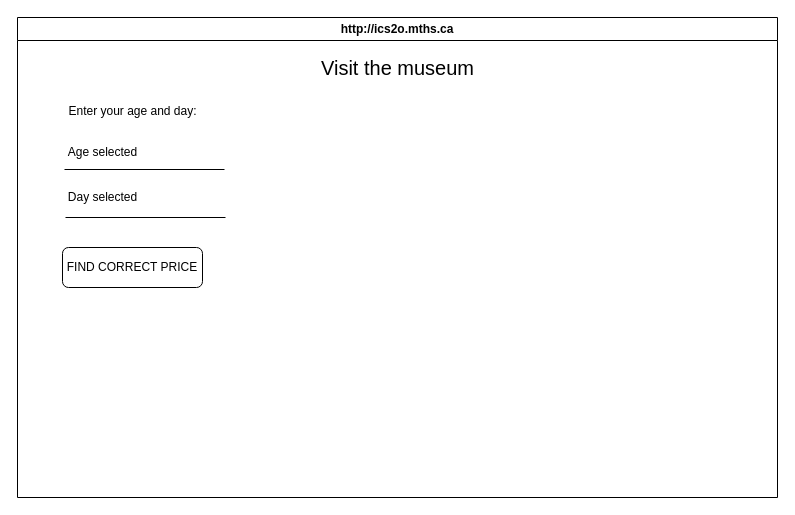
manya-feng/ICD2O-Unit-6-01-manya-feng keeps this draw.io diagram as design/storyboard.drawio. Above is the earlier version. Source tidied: cells renumbered, new cells numbered last; positions are measured from the earlier drawing's top-left corner, leaving out a move shared by most shapes. Both pictures are drawn from the tidied source at 100%, with x=0, y=0 at pixel (17, 17). Pictures stored in the file or linked from it are replaced by grey dashed boxes.
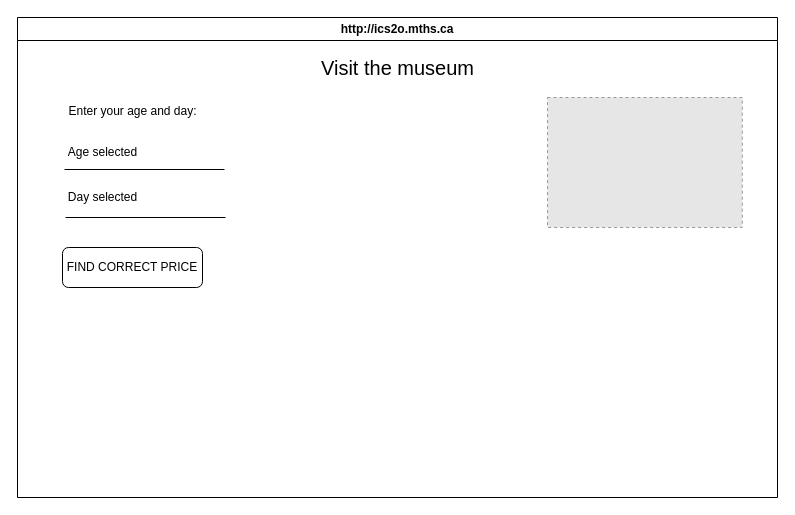
After the change.

Diff of the diagram source:
```diff
@@
 <mxGraphModel>
   <root>
     <mxCell id="0" />
     <mxCell id="1" parent="0" />
     <mxCell id="2" value="http://ics2o.mths.ca" style="swimlane;whiteSpace=wrap;html=1;" parent="1" vertex="1">
       <mxGeometry width="760" height="480" as="geometry" />
     </mxCell>
     <mxCell id="3" value="&lt;font style=&quot;font-size: 20px;&quot;&gt;Visit the museum&lt;/font&gt;" style="text;html=1;align=center;verticalAlign=middle;strokeColor=none;fillColor=none;" parent="2" vertex="1">
       <mxGeometry x="290" y="30" width="180" height="40" as="geometry" />
     </mxCell>
     <mxCell id="4" value="&lt;font style=&quot;font-size: 12px;&quot;&gt;Enter your age and day:&lt;/font&gt;" style="text;html=1;align=center;verticalAlign=middle;strokeColor=none;fillColor=none;fontSize=20;" parent="2" vertex="1">
       <mxGeometry x="40" y="70" width="150" height="40" as="geometry" />
     </mxCell>
     <mxCell id="5" value="Age selected" style="text;html=1;align=center;verticalAlign=middle;strokeColor=none;fillColor=none;fontSize=12;" parent="2" vertex="1">
       <mxGeometry x="40" y="120" width="90" height="30" as="geometry" />
     </mxCell>
     <mxCell id="6" value="Day selected" style="text;html=1;align=center;verticalAlign=middle;strokeColor=none;fillColor=none;fontSize=12;" parent="2" vertex="1">
       <mxGeometry x="40" y="165" width="90" height="30" as="geometry" />
     </mxCell>
     <mxCell id="7" value="FIND CORRECT PRICE" style="rounded=1;whiteSpace=wrap;html=1;fontSize=12;" parent="2" vertex="1">
       <mxGeometry x="45" y="230" width="140" height="40" as="geometry" />
     </mxCell>
+    <mxCell id="10" style="fillColor=#E6E6E6;strokeColor=#999999;dashed=1;verticalLabelPosition=bottom;labelBackgroundColor=default;verticalAlign=top;" parent="2" vertex="1">
+      <mxGeometry x="530" y="80" width="194.8" height="130" as="geometry" />
+    </mxCell>
     <mxCell id="8" style="endArrow=none;html=1;fontSize=12;" parent="1" edge="1">
       <mxGeometry relative="1" as="geometry">
         <mxPoint x="47" y="152" as="sourcePoint" />
         <mxPoint x="207" y="152" as="targetPoint" />
       </mxGeometry>
     </mxCell>
     <mxCell id="9" style="endArrow=none;html=1;fontSize=12;" parent="1" edge="1">
       <mxGeometry relative="1" as="geometry">
         <mxPoint x="48" y="200" as="sourcePoint" />
         <mxPoint x="208" y="200" as="targetPoint" />
       </mxGeometry>
     </mxCell>
   </root>
 </mxGraphModel>
```
